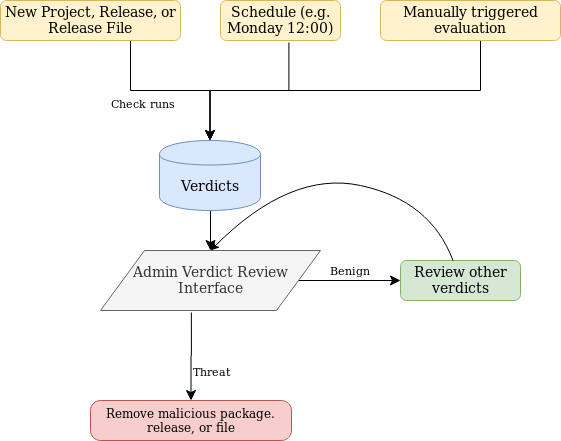
The draw.io diagram docs/_static/verdict-lifecycle.png in pypi/warehouse, before a commit. Source tidied: cells renumbered, new cells last; positions are measured from the earlier drawing's top-left corner, leaving out a move shared by most shapes.
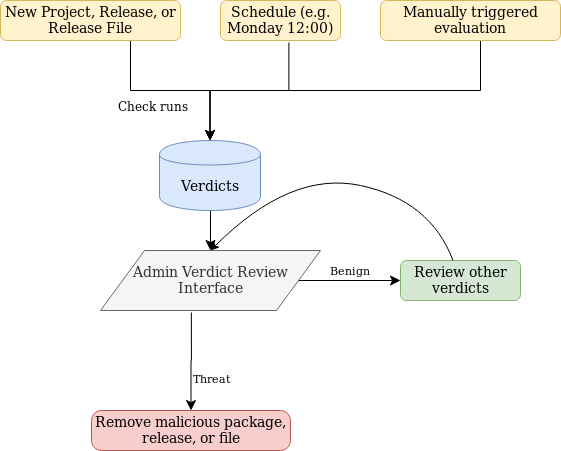
Above is the later version.

The edit, as a diff of the source:
```diff
@@ -24,8 +24,8 @@
     <mxCell id="6" value="Benign" style="edgeStyle=orthogonalEdgeStyle;rounded=0;html=1;jettySize=auto;fontSize=11;endArrow=classic;endFill=1;endSize=8;strokeWidth=1;shadow=0;labelBackgroundColor=none;" parent="1" edge="1" source="12" target="8">
       <mxGeometry x="-0.01" y="10" relative="1" as="geometry" />
     </mxCell>
-    <mxCell id="7" value="Remove malicious package. release, or file" style="rounded=1;whiteSpace=wrap;html=1;fontSize=12;glass=0;strokeWidth=1;shadow=0;arcSize=25;labelBackgroundColor=none;fillColor=#f8cecc;strokeColor=#b85450;" parent="1" vertex="1">
-      <mxGeometry x="90" y="400" width="201" height="40" as="geometry" />
+    <mxCell id="7" value="Remove malicious package, release, or file" style="rounded=1;whiteSpace=wrap;html=1;fontSize=14;glass=0;strokeWidth=1;shadow=0;arcSize=25;labelBackgroundColor=none;fillColor=#f8cecc;strokeColor=#b85450;" parent="1" vertex="1">
+      <mxGeometry x="91" y="410" width="199" height="40" as="geometry" />
     </mxCell>
     <mxCell id="8" value="Review other verdicts" style="rounded=1;whiteSpace=wrap;html=1;fontSize=14;glass=0;strokeWidth=1;shadow=0;fillColor=#d5e8d4;strokeColor=#82b366;" parent="1" vertex="1">
       <mxGeometry x="400" y="260" width="120" height="40" as="geometry" />
@@ -41,8 +41,8 @@
         </Array>
       </mxGeometry>
     </mxCell>
-    <mxCell id="11" value="Check runs" style="text;html=1;fontSize=11;" parent="1" vertex="1">
-      <mxGeometry x="109" y="90" width="50" height="30" as="geometry" />
+    <mxCell id="11" value="Check runs" style="text;html=1;fontSize=12;" parent="1" vertex="1">
+      <mxGeometry x="116" y="92" width="50" height="30" as="geometry" />
     </mxCell>
     <mxCell id="12" value="&lt;font style=&quot;font-size: 14px;&quot;&gt;Admin Verdict Review Interface&lt;/font&gt;" style="shape=parallelogram;perimeter=parallelogramPerimeter;whiteSpace=wrap;html=1;fillColor=#f5f5f5;strokeColor=#666666;fontColor=#333333;fontSize=14;" parent="1" vertex="1">
       <mxGeometry x="100" y="250" width="220" height="60" as="geometry" />
```
